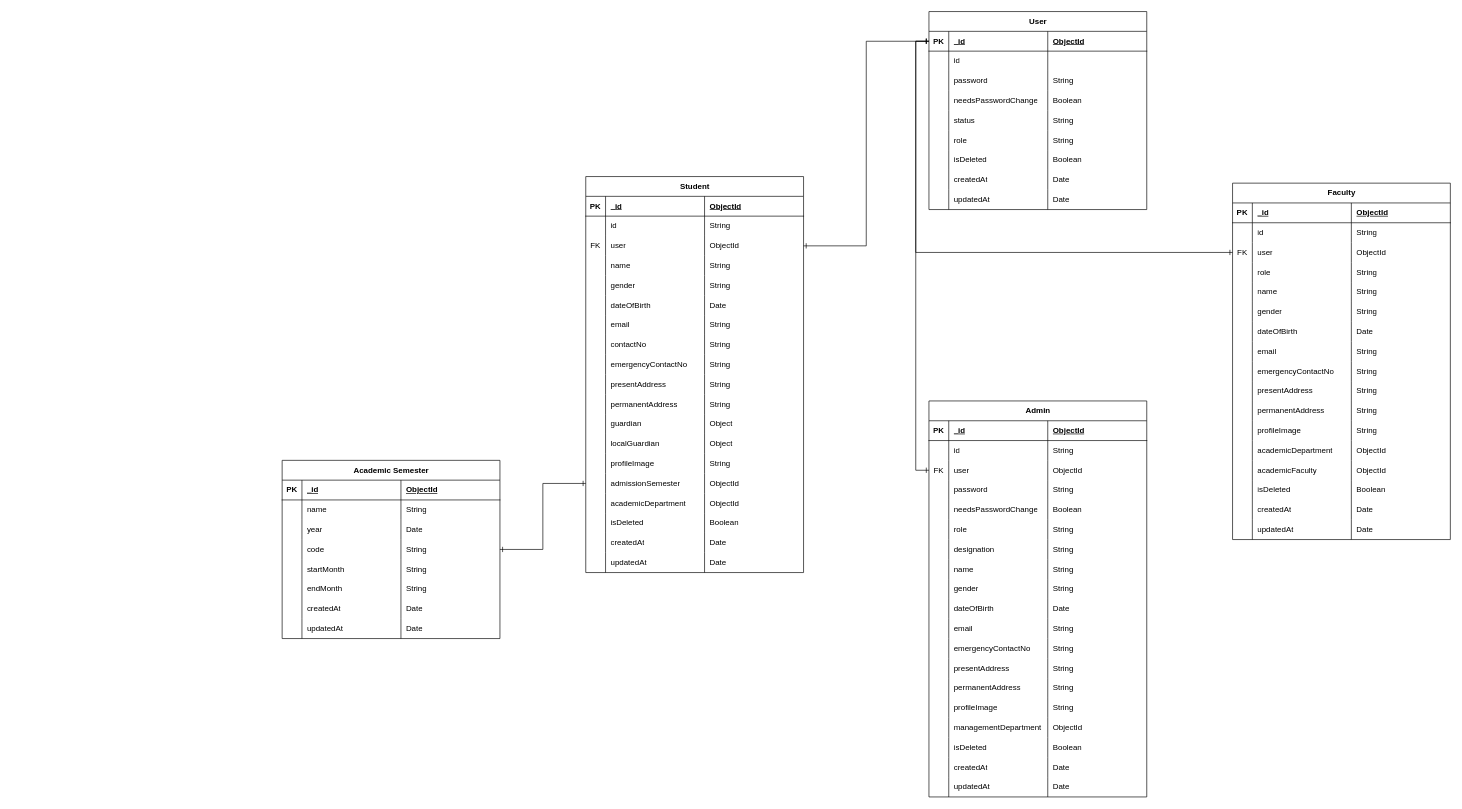
The draw.io diagram SDLC/PH-University/PH University ER Diagram.drawio in SaFaUU/level-2-web, before the edit. Source tidied: cells renumbered, new cells numbered last; positions are measured from the earlier drawing's top-left corner, leaving out a move shared by most shapes. Both pictures are drawn from the tidied source at 66%, with x=0, y=0 at pixel (282, 11).
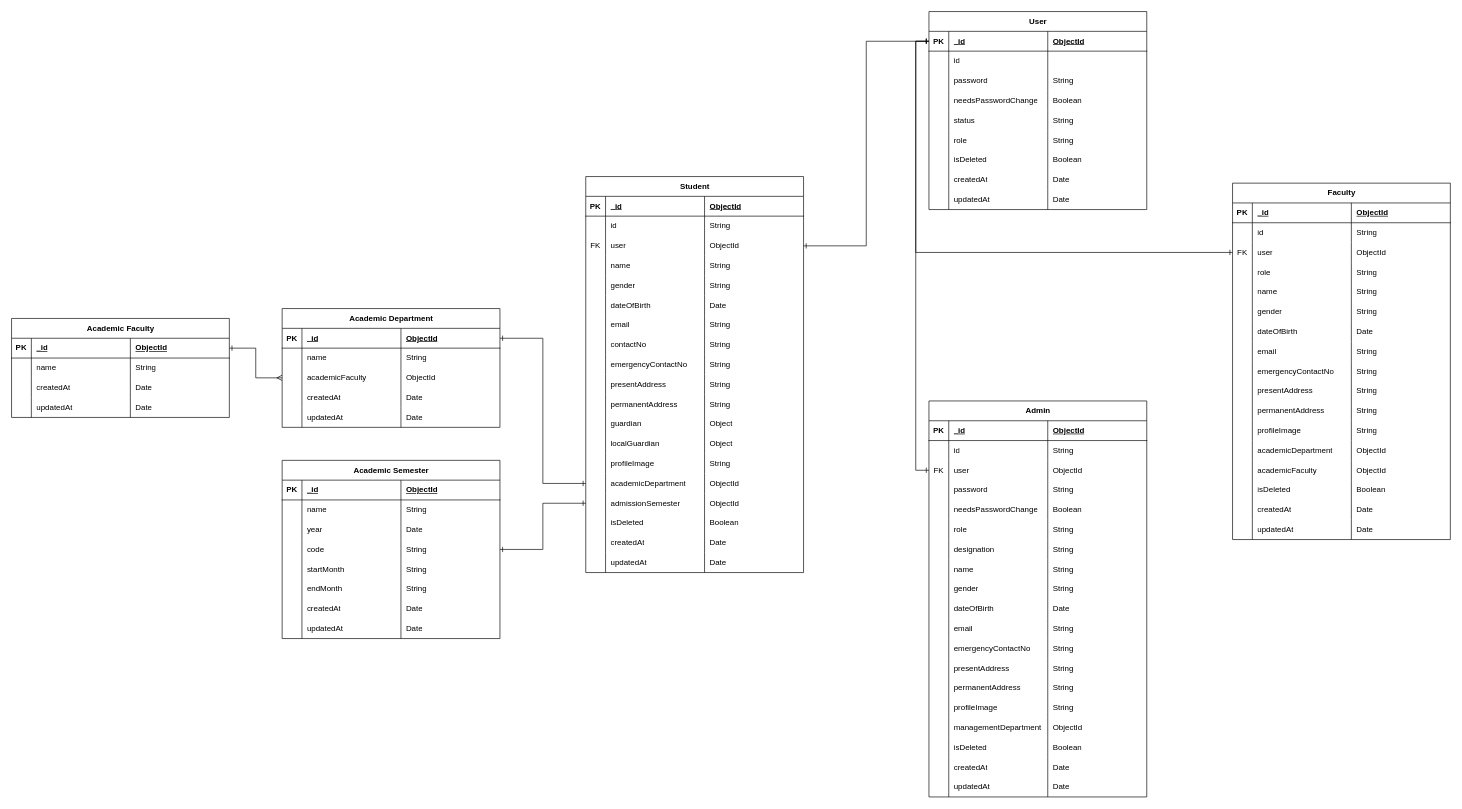
Above is the later version.

Commit message (it also covers changes not shown here):
Created Academic Faculty Module

The change refers to these unchanged cells:
```xml
<mxCell id="2" value="Student" style="shape=table;startSize=30;childLayout=tableLayout;rowLines=0;fontStyle=1;align=center;html=1;" parent="1" vertex="1">
  <mxGeometry x="460" y="250" width="330" height="600" as="geometry" />
</mxCell>
```

Change to the diagram source:
```diff
@@
+    <mxCell id="63" style="shape=tableRow;horizontal=0;startSize=0;swimlaneHead=0;swimlaneBody=0;fillColor=none;points=[[0,0.5],[1,0.5]];portConstraint=eastwest;top=0;left=0;right=0;bottom=0;" parent="2" vertex="1">
+      <mxGeometry y="450" width="330" height="30" as="geometry" />
+    </mxCell>
+    <mxCell id="64" style="shape=partialRectangle;fillColor=none;top=0;left=0;bottom=0;right=0;overflow=hidden;whiteSpace=wrap;html=1;" parent="63" vertex="1">
+      <mxGeometry width="30" height="30" as="geometry" />
+    </mxCell>
+    <mxCell id="65" value="academicDepartment" style="shape=partialRectangle;fillColor=none;top=0;left=0;bottom=0;right=0;align=left;spacingLeft=6;overflow=hidden;whiteSpace=wrap;html=1;" parent="63" vertex="1">
+      <mxGeometry x="30" width="150" height="30" as="geometry" />
+    </mxCell>
+    <mxCell id="66" value="ObjectId" style="shape=partialRectangle;fillColor=none;top=0;left=0;bottom=0;right=0;align=left;spacingLeft=6;overflow=hidden;whiteSpace=wrap;html=1;" parent="63" vertex="1">
+      <mxGeometry x="180" width="150" height="30" as="geometry" />
+    </mxCell>
     <mxCell id="59" style="shape=tableRow;horizontal=0;startSize=0;swimlaneHead=0;swimlaneBody=0;fillColor=none;points=[[0,0.5],[1,0.5]];portConstraint=eastwest;top=0;left=0;right=0;bottom=0;" parent="2" vertex="1">
-      <mxGeometry y="450" width="330" height="30" as="geometry" />
+      <mxGeometry y="480" width="330" height="30" as="geometry" />
     </mxCell>
@@
-    <mxCell id="63" style="shape=tableRow;horizontal=0;startSize=0;swimlaneHead=0;swimlaneBody=0;fillColor=none;points=[[0,0.5],[1,0.5]];portConstraint=eastwest;top=0;left=0;right=0;bottom=0;" parent="2" vertex="1">
-      <mxGeometry y="480" width="330" height="30" as="geometry" />
-    </mxCell>
-    <mxCell id="64" style="shape=partialRectangle;fillColor=none;top=0;left=0;bottom=0;right=0;overflow=hidden;whiteSpace=wrap;html=1;" parent="63" vertex="1">
-      <mxGeometry width="30" height="30" as="geometry" />
-    </mxCell>
-    <mxCell id="65" value="academicDepartment" style="shape=partialRectangle;fillColor=none;top=0;left=0;bottom=0;right=0;align=left;spacingLeft=6;overflow=hidden;whiteSpace=wrap;html=1;" parent="63" vertex="1">
-      <mxGeometry x="30" width="150" height="30" as="geometry" />
-    </mxCell>
-    <mxCell id="66" value="ObjectId" style="shape=partialRectangle;fillColor=none;top=0;left=0;bottom=0;right=0;align=left;spacingLeft=6;overflow=hidden;whiteSpace=wrap;html=1;" parent="63" vertex="1">
-      <mxGeometry x="180" width="150" height="30" as="geometry" />
-    </mxCell>
@@
+    <mxCell id="299" value="Academic Faculty" style="shape=table;startSize=30;childLayout=tableLayout;rowLines=0;fontStyle=1;align=center;html=1;" parent="1" vertex="1">
+      <mxGeometry x="-410" y="465" width="330" height="150" as="geometry" />
+    </mxCell>
+    <mxCell id="300" style="shape=tableRow;horizontal=0;startSize=0;swimlaneHead=0;swimlaneBody=0;fillColor=none;points=[[0,0.5],[1,0.5]];portConstraint=eastwest;top=0;left=0;right=0;bottom=1;" parent="299" vertex="1">
+      <mxGeometry y="30" width="330" height="30" as="geometry" />
+    </mxCell>
+    <mxCell id="301" value="PK" style="shape=partialRectangle;fillColor=none;top=0;left=0;bottom=0;right=0;fontStyle=1;overflow=hidden;whiteSpace=wrap;html=1;" parent="300" vertex="1">
+      <mxGeometry width="30" height="30" as="geometry" />
+    </mxCell>
+    <mxCell id="302" value="_id" style="shape=partialRectangle;fillColor=none;top=0;left=0;bottom=0;right=0;align=left;spacingLeft=6;fontStyle=5;overflow=hidden;whiteSpace=wrap;html=1;" parent="300" vertex="1">
+      <mxGeometry x="30" width="150" height="30" as="geometry" />
+    </mxCell>
+    <mxCell id="303" value="ObjectId" style="shape=partialRectangle;fillColor=none;top=0;left=0;bottom=0;right=0;align=left;spacingLeft=6;fontStyle=5;overflow=hidden;whiteSpace=wrap;html=1;" parent="300" vertex="1">
+      <mxGeometry x="180" width="150" height="30" as="geometry" />
+    </mxCell>
+    <mxCell id="304" style="shape=tableRow;horizontal=0;startSize=0;swimlaneHead=0;swimlaneBody=0;fillColor=none;top=0;left=0;right=0;bottom=0;" parent="299" vertex="1">
+      <mxGeometry y="60" width="330" height="30" as="geometry" />
+    </mxCell>
+    <mxCell id="305" style="shape=partialRectangle;fillColor=none;top=0;left=0;bottom=0;right=0;overflow=hidden;whiteSpace=wrap;html=1;" parent="304" vertex="1">
+      <mxGeometry width="30" height="30" as="geometry" />
+    </mxCell>
+    <mxCell id="306" value="name" style="shape=partialRectangle;fillColor=none;top=0;left=0;bottom=0;right=0;align=left;spacingLeft=6;overflow=hidden;whiteSpace=wrap;html=1;" parent="304" vertex="1">
+      <mxGeometry x="30" width="150" height="30" as="geometry" />
+    </mxCell>
+    <mxCell id="307" value="String" style="shape=partialRectangle;fillColor=none;top=0;left=0;bottom=0;right=0;align=left;spacingLeft=6;overflow=hidden;whiteSpace=wrap;html=1;" parent="304" vertex="1">
+      <mxGeometry x="180" width="150" height="30" as="geometry" />
+    </mxCell>
+    <mxCell id="308" style="shape=tableRow;horizontal=0;startSize=0;swimlaneHead=0;swimlaneBody=0;fillColor=none;top=0;left=0;right=0;bottom=0;" parent="299" vertex="1">
+      <mxGeometry y="90" width="330" height="30" as="geometry" />
+    </mxCell>
+    <mxCell id="309" style="shape=partialRectangle;fillColor=none;top=0;left=0;bottom=0;right=0;overflow=hidden;whiteSpace=wrap;html=1;" parent="308" vertex="1">
+      <mxGeometry width="30" height="30" as="geometry" />
+    </mxCell>
+    <mxCell id="310" value="createdAt" style="shape=partialRectangle;fillColor=none;top=0;left=0;bottom=0;right=0;align=left;spacingLeft=6;overflow=hidden;whiteSpace=wrap;html=1;" parent="308" vertex="1">
+      <mxGeometry x="30" width="150" height="30" as="geometry" />
+    </mxCell>
+    <mxCell id="311" value="Date" style="shape=partialRectangle;fillColor=none;top=0;left=0;bottom=0;right=0;align=left;spacingLeft=6;overflow=hidden;whiteSpace=wrap;html=1;" parent="308" vertex="1">
+      <mxGeometry x="180" width="150" height="30" as="geometry" />
+    </mxCell>
+    <mxCell id="312" style="shape=tableRow;horizontal=0;startSize=0;swimlaneHead=0;swimlaneBody=0;fillColor=none;top=0;left=0;right=0;bottom=0;" parent="299" vertex="1">
+      <mxGeometry y="120" width="330" height="30" as="geometry" />
+    </mxCell>
+    <mxCell id="313" style="shape=partialRectangle;fillColor=none;top=0;left=0;bottom=0;right=0;overflow=hidden;whiteSpace=wrap;html=1;" parent="312" vertex="1">
+      <mxGeometry width="30" height="30" as="geometry" />
+    </mxCell>
+    <mxCell id="314" value="updatedAt" style="shape=partialRectangle;fillColor=none;top=0;left=0;bottom=0;right=0;align=left;spacingLeft=6;overflow=hidden;whiteSpace=wrap;html=1;" parent="312" vertex="1">
+      <mxGeometry x="30" width="150" height="30" as="geometry" />
+    </mxCell>
+    <mxCell id="315" value="Date" style="shape=partialRectangle;fillColor=none;top=0;left=0;bottom=0;right=0;align=left;spacingLeft=6;overflow=hidden;whiteSpace=wrap;html=1;" parent="312" vertex="1">
+      <mxGeometry x="180" width="150" height="30" as="geometry" />
+    </mxCell>
+    <mxCell id="316" value="Academic Department" style="shape=table;startSize=30;childLayout=tableLayout;rowLines=0;fontStyle=1;align=center;html=1;" parent="1" vertex="1">
+      <mxGeometry y="450" width="330" height="180" as="geometry" />
+    </mxCell>
+    <mxCell id="317" style="shape=tableRow;horizontal=0;startSize=0;swimlaneHead=0;swimlaneBody=0;fillColor=none;points=[[0,0.5],[1,0.5]];portConstraint=eastwest;top=0;left=0;right=0;bottom=1;" parent="316" vertex="1">
+      <mxGeometry y="30" width="330" height="30" as="geometry" />
+    </mxCell>
+    <mxCell id="318" value="PK" style="shape=partialRectangle;fillColor=none;top=0;left=0;bottom=0;right=0;fontStyle=1;overflow=hidden;whiteSpace=wrap;html=1;" parent="317" vertex="1">
+      <mxGeometry width="30" height="30" as="geometry" />
+    </mxCell>
+    <mxCell id="319" value="_id" style="shape=partialRectangle;fillColor=none;top=0;left=0;bottom=0;right=0;align=left;spacingLeft=6;fontStyle=5;overflow=hidden;whiteSpace=wrap;html=1;" parent="317" vertex="1">
+      <mxGeometry x="30" width="150" height="30" as="geometry" />
+    </mxCell>
+    <mxCell id="320" value="ObjectId" style="shape=partialRectangle;fillColor=none;top=0;left=0;bottom=0;right=0;align=left;spacingLeft=6;fontStyle=5;overflow=hidden;whiteSpace=wrap;html=1;" parent="317" vertex="1">
+      <mxGeometry x="180" width="150" height="30" as="geometry" />
+    </mxCell>
+    <mxCell id="321" style="shape=tableRow;horizontal=0;startSize=0;swimlaneHead=0;swimlaneBody=0;fillColor=none;top=0;left=0;right=0;bottom=0;" parent="316" vertex="1">
+      <mxGeometry y="60" width="330" height="30" as="geometry" />
+    </mxCell>
+    <mxCell id="322" style="shape=partialRectangle;fillColor=none;top=0;left=0;bottom=0;right=0;overflow=hidden;whiteSpace=wrap;html=1;" parent="321" vertex="1">
+      <mxGeometry width="30" height="30" as="geometry" />
+    </mxCell>
+    <mxCell id="323" value="name" style="shape=partialRectangle;fillColor=none;top=0;left=0;bottom=0;right=0;align=left;spacingLeft=6;overflow=hidden;whiteSpace=wrap;html=1;" parent="321" vertex="1">
+      <mxGeometry x="30" width="150" height="30" as="geometry" />
+    </mxCell>
+    <mxCell id="324" value="String" style="shape=partialRectangle;fillColor=none;top=0;left=0;bottom=0;right=0;align=left;spacingLeft=6;overflow=hidden;whiteSpace=wrap;html=1;" parent="321" vertex="1">
+      <mxGeometry x="180" width="150" height="30" as="geometry" />
+    </mxCell>
+    <mxCell id="325" style="shape=tableRow;horizontal=0;startSize=0;swimlaneHead=0;swimlaneBody=0;fillColor=none;points=[[0,0.5],[1,0.5]];portConstraint=eastwest;top=0;left=0;right=0;bottom=0;" parent="316" vertex="1">
+      <mxGeometry y="90" width="330" height="30" as="geometry" />
+    </mxCell>
+    <mxCell id="326" style="shape=partialRectangle;fillColor=none;top=0;left=0;bottom=0;right=0;overflow=hidden;whiteSpace=wrap;html=1;" parent="325" vertex="1">
+      <mxGeometry width="30" height="30" as="geometry" />
+    </mxCell>
+    <mxCell id="327" value="academicFaculty" style="shape=partialRectangle;fillColor=none;top=0;left=0;bottom=0;right=0;align=left;spacingLeft=6;overflow=hidden;whiteSpace=wrap;html=1;" parent="325" vertex="1">
+      <mxGeometry x="30" width="150" height="30" as="geometry" />
+    </mxCell>
+    <mxCell id="328" value="ObjectId" style="shape=partialRectangle;fillColor=none;top=0;left=0;bottom=0;right=0;align=left;spacingLeft=6;overflow=hidden;whiteSpace=wrap;html=1;" parent="325" vertex="1">
+      <mxGeometry x="180" width="150" height="30" as="geometry" />
+    </mxCell>
+    <mxCell id="329" style="shape=tableRow;horizontal=0;startSize=0;swimlaneHead=0;swimlaneBody=0;fillColor=none;top=0;left=0;right=0;bottom=0;" parent="316" vertex="1">
+      <mxGeometry y="120" width="330" height="30" as="geometry" />
+    </mxCell>
+    <mxCell id="330" style="shape=partialRectangle;fillColor=none;top=0;left=0;bottom=0;right=0;overflow=hidden;whiteSpace=wrap;html=1;" parent="329" vertex="1">
+      <mxGeometry width="30" height="30" as="geometry" />
+    </mxCell>
+    <mxCell id="331" value="createdAt" style="shape=partialRectangle;fillColor=none;top=0;left=0;bottom=0;right=0;align=left;spacingLeft=6;overflow=hidden;whiteSpace=wrap;html=1;" parent="329" vertex="1">
+      <mxGeometry x="30" width="150" height="30" as="geometry" />
+    </mxCell>
+    <mxCell id="332" value="Date" style="shape=partialRectangle;fillColor=none;top=0;left=0;bottom=0;right=0;align=left;spacingLeft=6;overflow=hidden;whiteSpace=wrap;html=1;" parent="329" vertex="1">
+      <mxGeometry x="180" width="150" height="30" as="geometry" />
+    </mxCell>
+    <mxCell id="333" style="shape=tableRow;horizontal=0;startSize=0;swimlaneHead=0;swimlaneBody=0;fillColor=none;top=0;left=0;right=0;bottom=0;" parent="316" vertex="1">
+      <mxGeometry y="150" width="330" height="30" as="geometry" />
+    </mxCell>
+    <mxCell id="334" style="shape=partialRectangle;fillColor=none;top=0;left=0;bottom=0;right=0;overflow=hidden;whiteSpace=wrap;html=1;" parent="333" vertex="1">
+      <mxGeometry width="30" height="30" as="geometry" />
+    </mxCell>
+    <mxCell id="335" value="updatedAt" style="shape=partialRectangle;fillColor=none;top=0;left=0;bottom=0;right=0;align=left;spacingLeft=6;overflow=hidden;whiteSpace=wrap;html=1;" parent="333" vertex="1">
+      <mxGeometry x="30" width="150" height="30" as="geometry" />
+    </mxCell>
+    <mxCell id="336" value="Date" style="shape=partialRectangle;fillColor=none;top=0;left=0;bottom=0;right=0;align=left;spacingLeft=6;overflow=hidden;whiteSpace=wrap;html=1;" parent="333" vertex="1">
+      <mxGeometry x="180" width="150" height="30" as="geometry" />
+    </mxCell>
+    <mxCell id="337" style="edgeStyle=orthogonalEdgeStyle;rounded=0;jettySize=auto;html=1;exitX=1;exitY=0.5;exitDx=0;exitDy=0;entryX=0;entryY=0.5;entryDx=0;entryDy=0;startArrow=ERone;startFill=0;endArrow=ERmany;endFill=0;" parent="1" edge="1" source="300" target="325">
+      <mxGeometry relative="1" as="geometry" />
+    </mxCell>
+    <mxCell id="338" style="edgeStyle=orthogonalEdgeStyle;rounded=0;jettySize=auto;html=1;exitX=1;exitY=0.5;exitDx=0;exitDy=0;entryX=0;entryY=0.5;entryDx=0;entryDy=0;startArrow=ERone;startFill=0;endArrow=ERone;endFill=0;" parent="1" edge="1" source="317" target="63">
+      <mxGeometry relative="1" as="geometry" />
+    </mxCell>
```
